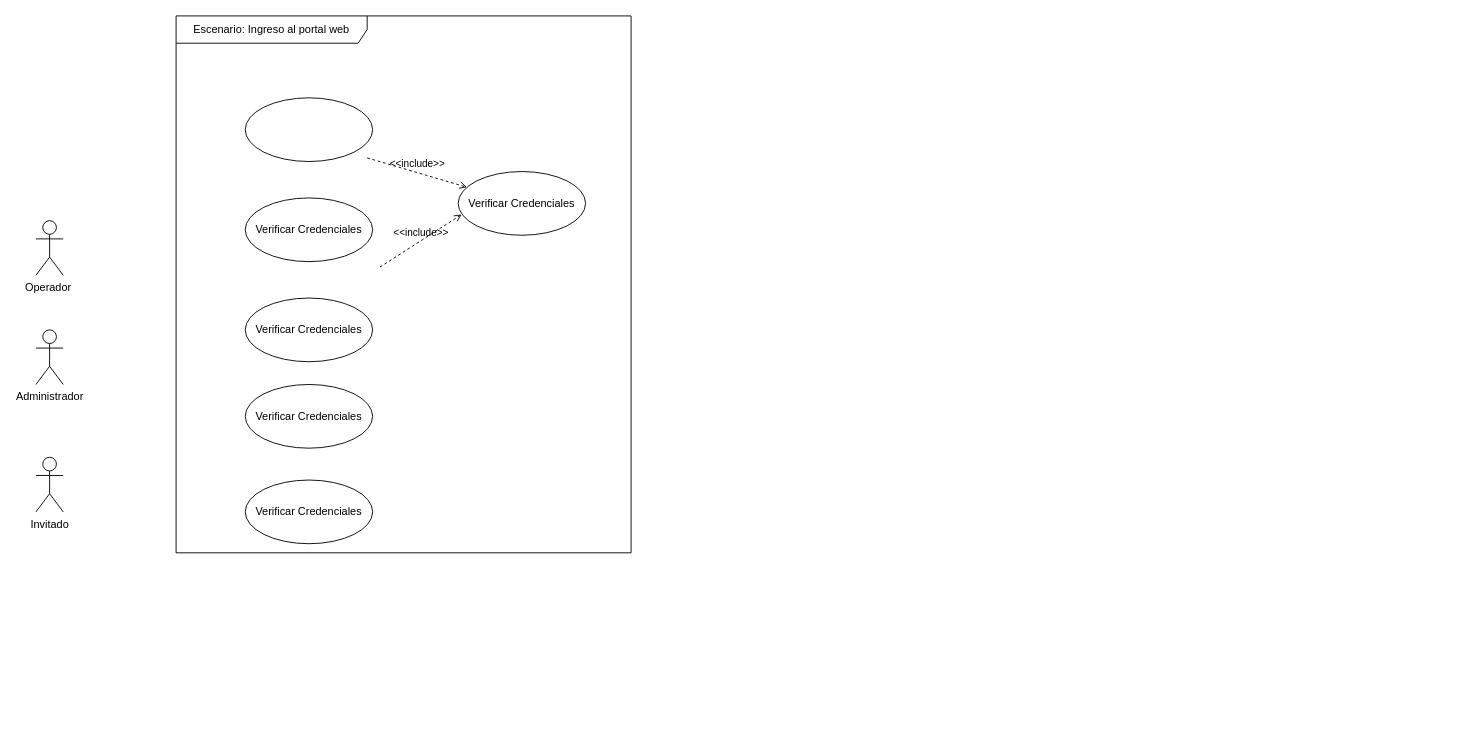
Above: page "Ingreso al portal web" (1 of 8) of documentacion/Untitled Diagram.drawio in nicasop/PROYECTO_INTEGRADOR_P58 (draw.io), before the change. Source tidied: cells renumbered, new cells numbered last; positions are measured from the earlier drawing's top-left corner, leaving out a move shared by most shapes. Both pictures are drawn from the tidied source at 91%, with x=0, y=0 at pixel (35, 15).
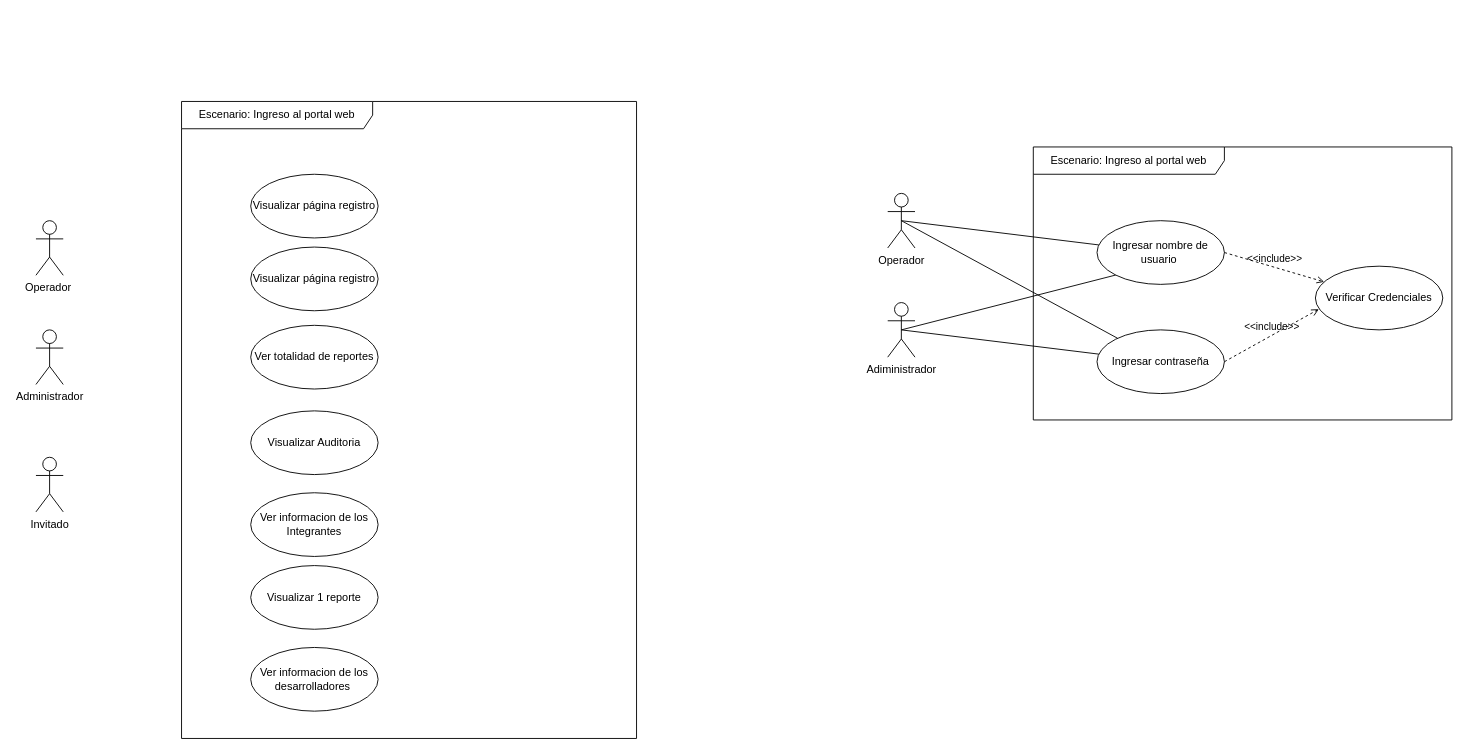
The same diagram, later.

Commit message:
DIAGRAMA DE CASOS DE USO ESPECIFICOS.drawio

Change to the diagram source:
```diff
@@
-    <mxCell id="2" value="Escenario: Ingreso al portal web" style="shape=umlFrame;whiteSpace=wrap;html=1;width=210;height=30;" parent="1" vertex="1">
-      <mxGeometry x="154" width="500" height="590" as="geometry" />
-    </mxCell>
+    <mxCell id="14" value="Escenario: Ingreso al portal web" style="shape=umlFrame;whiteSpace=wrap;html=1;width=210;height=30;" parent="1" vertex="1">
+      <mxGeometry x="160" y="94" width="500" height="700" as="geometry" />
+    </mxCell>
@@
-    <mxCell id="6" value="Verificar Credenciales" style="ellipse;whiteSpace=wrap;html=1;" parent="1" vertex="1">
-      <mxGeometry x="464" y="171" width="140" height="70" as="geometry" />
-    </mxCell>
+    <mxCell id="15" value="Visualizar página registro" style="ellipse;whiteSpace=wrap;html=1;" parent="1" vertex="1">
+      <mxGeometry x="236" y="174" width="140" height="70" as="geometry" />
+    </mxCell>
+    <mxCell id="16" value="Ver totalidad de reportes" style="ellipse;whiteSpace=wrap;html=1;" parent="1" vertex="1">
+      <mxGeometry x="236" y="340" width="140" height="70" as="geometry" />
+    </mxCell>
+    <mxCell id="17" value="Visualizar Auditoria" style="ellipse;whiteSpace=wrap;html=1;" parent="1" vertex="1">
+      <mxGeometry x="236" y="434" width="140" height="70" as="geometry" />
+    </mxCell>
+    <mxCell id="18" value="Ver informacion de los Integrantes" style="ellipse;whiteSpace=wrap;html=1;" parent="1" vertex="1">
+      <mxGeometry x="236" y="524" width="140" height="70" as="geometry" />
+    </mxCell>
+    <mxCell id="19" value="Visualizar página registro" style="ellipse;whiteSpace=wrap;html=1;" parent="1" vertex="1">
+      <mxGeometry x="236" y="254" width="140" height="70" as="geometry" />
+    </mxCell>
+    <mxCell id="20" value="Visualizar 1 reporte" style="ellipse;whiteSpace=wrap;html=1;" parent="1" vertex="1">
+      <mxGeometry x="236" y="604" width="140" height="70" as="geometry" />
+    </mxCell>
+    <mxCell id="21" value="Ver informacion de los desarrolladores&amp;nbsp;" style="ellipse;whiteSpace=wrap;html=1;" parent="1" vertex="1">
+      <mxGeometry x="236" y="694" width="140" height="70" as="geometry" />
+    </mxCell>
+    <mxCell id="22" value="Escenario: Ingreso al portal web" style="shape=umlFrame;whiteSpace=wrap;html=1;width=210;height=30;" parent="1" vertex="1">
+      <mxGeometry x="1096" y="144" width="460" height="300" as="geometry" />
+    </mxCell>
+    <mxCell id="23" value="Operador" style="shape=umlActor;verticalLabelPosition=bottom;verticalAlign=top;html=1;" parent="1" vertex="1">
+      <mxGeometry x="936" y="195" width="30" height="60" as="geometry" />
+    </mxCell>
+    <mxCell id="24" value="Adiministrador" style="shape=umlActor;verticalLabelPosition=bottom;verticalAlign=top;html=1;" parent="1" vertex="1">
+      <mxGeometry x="936" y="315" width="30" height="60" as="geometry" />
+    </mxCell>
+    <mxCell id="25" value="Ingresar nombre de usuario&amp;nbsp;" style="ellipse;whiteSpace=wrap;html=1;" parent="1" vertex="1">
+      <mxGeometry x="1166" y="225" width="140" height="70" as="geometry" />
+    </mxCell>
+    <mxCell id="26" value="Ingresar contraseña" style="ellipse;whiteSpace=wrap;html=1;" parent="1" vertex="1">
+      <mxGeometry x="1166" y="345" width="140" height="70" as="geometry" />
+    </mxCell>
+    <mxCell id="27" value="Verificar Credenciales" style="ellipse;whiteSpace=wrap;html=1;" parent="1" vertex="1">
+      <mxGeometry x="1406" y="275" width="140" height="70" as="geometry" />
+    </mxCell>
-    <mxCell id="7" value="&amp;lt;&amp;lt;include&amp;gt;&amp;gt;" style="html=1;verticalAlign=bottom;labelBackgroundColor=none;endArrow=open;endFill=0;dashed=1;exitX=1;exitY=0.5;exitDx=0;exitDy=0;" parent="1" edge="1" target="6">
-      <mxGeometry relative="1" as="geometry">
-        <mxPoint x="364" y="156" as="sourcePoint" />
-      </mxGeometry>
+    <mxCell id="7" value="&amp;lt;&amp;lt;include&amp;gt;&amp;gt;" style="html=1;verticalAlign=bottom;labelBackgroundColor=none;endArrow=open;endFill=0;dashed=1;exitX=1;exitY=0.5;exitDx=0;exitDy=0;" parent="1" edge="1" source="25" target="27">
+      <mxGeometry relative="1" as="geometry" />
     </mxCell>
-    <mxCell id="8" value="&amp;lt;&amp;lt;include&amp;gt;&amp;gt;" style="html=1;verticalAlign=bottom;labelBackgroundColor=none;endArrow=open;endFill=0;dashed=1;entryX=0.027;entryY=0.675;entryDx=0;entryDy=0;exitX=1;exitY=0.5;exitDx=0;exitDy=0;entryPerimeter=0;" parent="1" edge="1" target="6">
-      <mxGeometry relative="1" as="geometry">
-        <mxPoint x="378" y="276" as="sourcePoint" />
-      </mxGeometry>
+    <mxCell id="8" value="&amp;lt;&amp;lt;include&amp;gt;&amp;gt;" style="html=1;verticalAlign=bottom;labelBackgroundColor=none;endArrow=open;endFill=0;dashed=1;entryX=0.027;entryY=0.675;entryDx=0;entryDy=0;exitX=1;exitY=0.5;exitDx=0;exitDy=0;entryPerimeter=0;" parent="1" edge="1" source="26" target="27">
+      <mxGeometry relative="1" as="geometry" />
     </mxCell>
-    <mxCell id="9" value="Verificar Credenciales" style="ellipse;whiteSpace=wrap;html=1;" parent="1" vertex="1">
-      <mxGeometry x="230" y="510" width="140" height="70" as="geometry" />
-    </mxCell>
-    <mxCell id="10" style="ellipse;whiteSpace=wrap;html=1;" parent="1" vertex="1">
-      <mxGeometry x="230" y="90" width="140" height="70" as="geometry" />
-    </mxCell>
-    <mxCell id="11" value="Verificar Credenciales" style="ellipse;whiteSpace=wrap;html=1;" parent="1" vertex="1">
-      <mxGeometry x="230" y="200" width="140" height="70" as="geometry" />
-    </mxCell>
-    <mxCell id="12" value="Verificar Credenciales" style="ellipse;whiteSpace=wrap;html=1;" parent="1" vertex="1">
-      <mxGeometry x="230" y="310" width="140" height="70" as="geometry" />
-    </mxCell>
-    <mxCell id="13" value="Verificar Credenciales" style="ellipse;whiteSpace=wrap;html=1;" parent="1" vertex="1">
-      <mxGeometry x="230" y="405" width="140" height="70" as="geometry" />
-    </mxCell>
+    <mxCell id="28" style="endArrow=none;html=1;exitX=0.5;exitY=0.5;exitDx=0;exitDy=0;exitPerimeter=0;" parent="1" edge="1" source="23" target="25">
+      <mxGeometry relative="1" as="geometry" />
+    </mxCell>
+    <mxCell id="29" style="endArrow=none;html=1;exitX=0.5;exitY=0.5;exitDx=0;exitDy=0;exitPerimeter=0;" parent="1" edge="1" source="24" target="26">
+      <mxGeometry relative="1" as="geometry" />
+    </mxCell>
+    <mxCell id="30" style="endArrow=none;html=1;exitX=0.5;exitY=0.5;exitDx=0;exitDy=0;exitPerimeter=0;" parent="1" edge="1" source="23" target="26">
+      <mxGeometry relative="1" as="geometry" />
+    </mxCell>
+    <mxCell id="31" style="endArrow=none;html=1;entryX=0;entryY=1;entryDx=0;entryDy=0;exitX=0.5;exitY=0.5;exitDx=0;exitDy=0;exitPerimeter=0;" parent="1" edge="1" source="24" target="25">
+      <mxGeometry relative="1" as="geometry" />
+    </mxCell>
```
